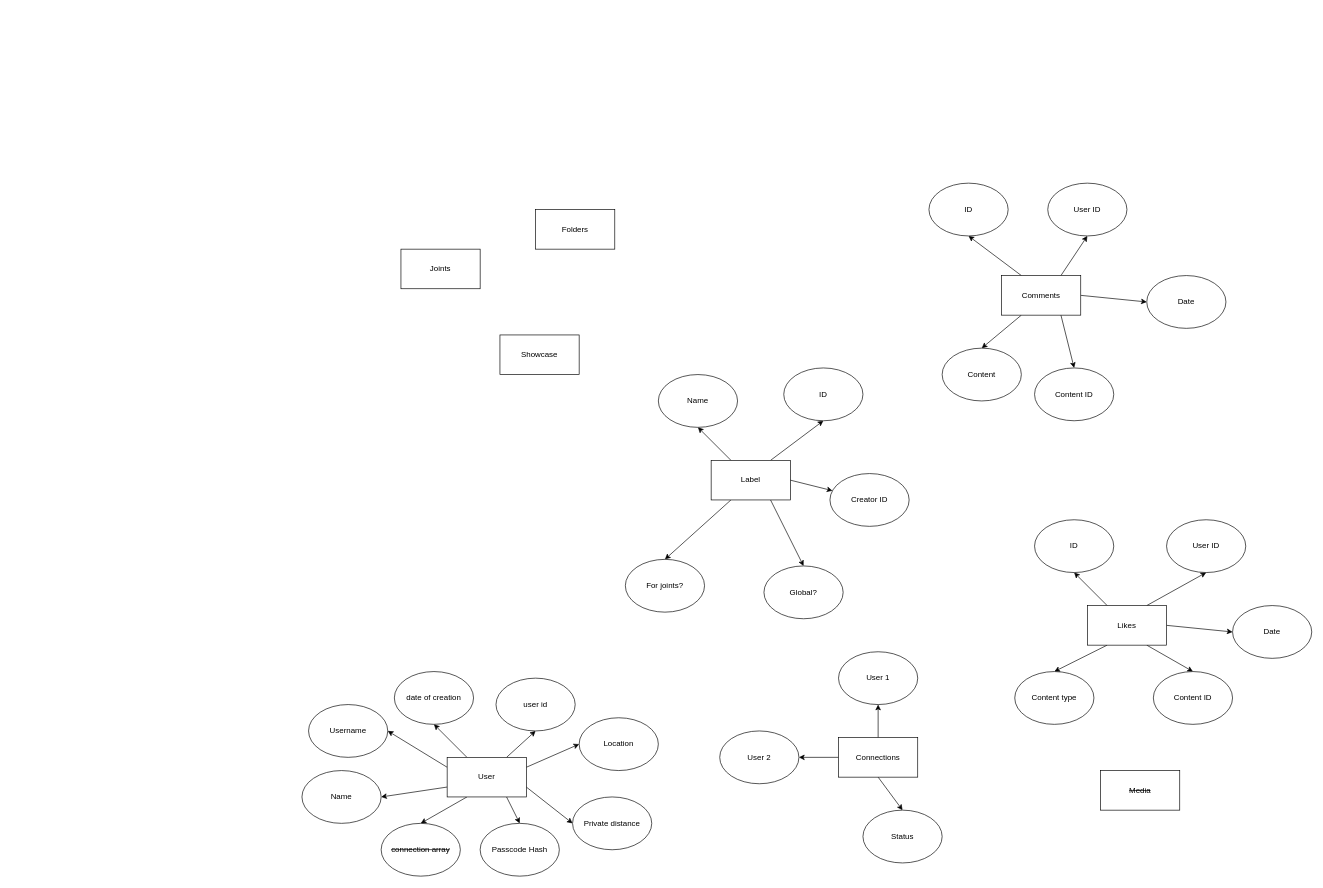
The draw.io diagram Untitled Diagram.drawio in bun781/unit-4-nhan, before the edit. Source tidied: cells renumbered, new cells numbered last; positions are measured from the earlier drawing's top-left corner, leaving out a move shared by most shapes. Both pictures are drawn from the tidied source at 66%, with x=0, y=0 at pixel (302, 183).
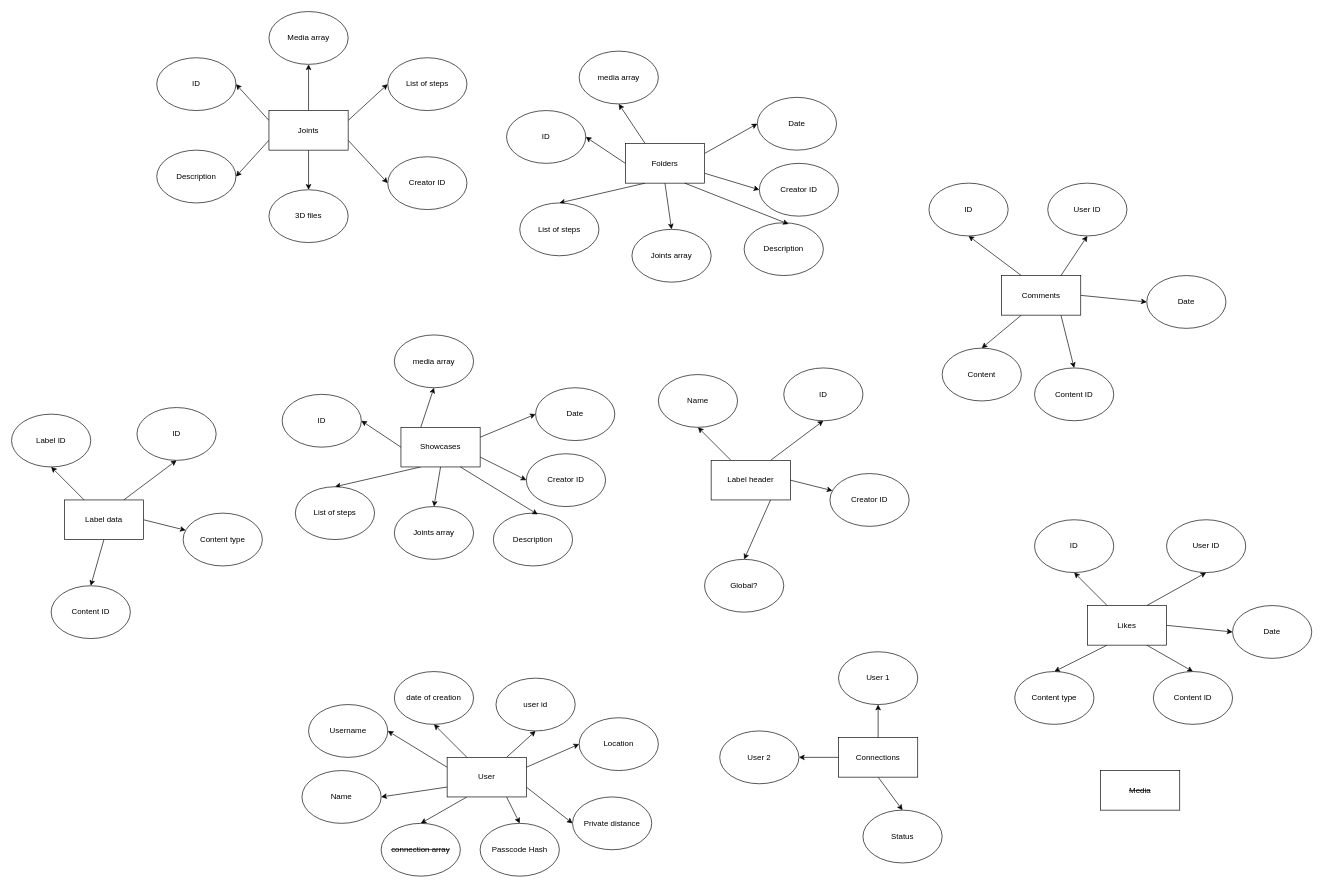
The same page after the edit.

Diff of the diagram source:
```diff
@@
+    <mxCell id="63" style="edgeStyle=none;shape=connector;rounded=0;jettySize=auto;html=1;exitX=0.5;exitY=1;exitDx=0;exitDy=0;strokeColor=default;align=center;verticalAlign=middle;fontFamily=Helvetica;fontSize=11;fontColor=default;labelBackgroundColor=default;endArrow=classic;" parent="1" edge="1" source="2" target="100">
+      <mxGeometry relative="1" as="geometry" />
+    </mxCell>
+    <mxCell id="64" style="edgeStyle=none;shape=connector;rounded=0;jettySize=auto;html=1;exitX=1;exitY=0.75;exitDx=0;exitDy=0;entryX=0;entryY=0.5;entryDx=0;entryDy=0;strokeColor=default;align=center;verticalAlign=middle;fontFamily=Helvetica;fontSize=11;fontColor=default;labelBackgroundColor=default;endArrow=classic;" parent="1" edge="1" source="2" target="101">
+      <mxGeometry relative="1" as="geometry" />
+    </mxCell>
+    <mxCell id="65" style="edgeStyle=none;shape=connector;rounded=0;jettySize=auto;html=1;exitX=1;exitY=0.25;exitDx=0;exitDy=0;entryX=0;entryY=0.5;entryDx=0;entryDy=0;strokeColor=default;align=center;verticalAlign=middle;fontFamily=Helvetica;fontSize=11;fontColor=default;labelBackgroundColor=default;endArrow=classic;" parent="1" edge="1" source="2" target="102">
+      <mxGeometry relative="1" as="geometry" />
+    </mxCell>
+    <mxCell id="66" style="edgeStyle=none;shape=connector;rounded=0;jettySize=auto;html=1;exitX=0;exitY=0.25;exitDx=0;exitDy=0;entryX=1;entryY=0.5;entryDx=0;entryDy=0;strokeColor=default;align=center;verticalAlign=middle;fontFamily=Helvetica;fontSize=11;fontColor=default;labelBackgroundColor=default;endArrow=classic;" parent="1" edge="1" source="2" target="115">
+      <mxGeometry relative="1" as="geometry" />
+    </mxCell>
+    <mxCell id="67" style="edgeStyle=none;shape=connector;rounded=0;jettySize=auto;html=1;exitX=0;exitY=0.75;exitDx=0;exitDy=0;entryX=1;entryY=0.5;entryDx=0;entryDy=0;strokeColor=default;align=center;verticalAlign=middle;fontFamily=Helvetica;fontSize=11;fontColor=default;labelBackgroundColor=default;endArrow=classic;" parent="1" edge="1" source="2" target="103">
+      <mxGeometry relative="1" as="geometry" />
+    </mxCell>
+    <mxCell id="68" style="edgeStyle=none;shape=connector;rounded=0;jettySize=auto;html=1;exitX=0.5;exitY=0;exitDx=0;exitDy=0;entryX=0.5;entryY=1;entryDx=0;entryDy=0;strokeColor=default;align=center;verticalAlign=middle;fontFamily=Helvetica;fontSize=11;fontColor=default;labelBackgroundColor=default;endArrow=classic;" parent="1" edge="1" source="2" target="114">
+      <mxGeometry relative="1" as="geometry" />
+    </mxCell>
     <mxCell id="2" value="&lt;div&gt;Joints&lt;/div&gt;" style="rounded=0;whiteSpace=wrap;html=1;" parent="1" vertex="1">
-      <mxGeometry x="150" y="100" width="120" height="60" as="geometry" />
+      <mxGeometry x="-50" y="-110" width="120" height="60" as="geometry" />
     </mxCell>
+    <mxCell id="69" style="edgeStyle=none;shape=connector;rounded=0;jettySize=auto;html=1;exitX=0.25;exitY=0;exitDx=0;exitDy=0;entryX=0.5;entryY=1;entryDx=0;entryDy=0;strokeColor=default;align=center;verticalAlign=middle;fontFamily=Helvetica;fontSize=11;fontColor=default;labelBackgroundColor=default;endArrow=classic;" parent="1" edge="1" source="3" target="77">
+      <mxGeometry relative="1" as="geometry" />
+    </mxCell>
+    <mxCell id="70" style="edgeStyle=none;shape=connector;rounded=0;jettySize=auto;html=1;exitX=0.25;exitY=1;exitDx=0;exitDy=0;entryX=0.5;entryY=0;entryDx=0;entryDy=0;strokeColor=default;align=center;verticalAlign=middle;fontFamily=Helvetica;fontSize=11;fontColor=default;labelBackgroundColor=default;endArrow=classic;" parent="1" edge="1" source="3" target="76">
+      <mxGeometry relative="1" as="geometry" />
+    </mxCell>
+    <mxCell id="71" style="edgeStyle=none;shape=connector;rounded=0;jettySize=auto;html=1;exitX=0;exitY=0.5;exitDx=0;exitDy=0;entryX=1;entryY=0.5;entryDx=0;entryDy=0;strokeColor=default;align=center;verticalAlign=middle;fontFamily=Helvetica;fontSize=11;fontColor=default;labelBackgroundColor=default;endArrow=classic;" parent="1" edge="1" source="3" target="79">
+      <mxGeometry relative="1" as="geometry" />
+    </mxCell>
+    <mxCell id="72" style="edgeStyle=none;shape=connector;rounded=0;jettySize=auto;html=1;exitX=1;exitY=0.75;exitDx=0;exitDy=0;entryX=0;entryY=0.5;entryDx=0;entryDy=0;strokeColor=default;align=center;verticalAlign=middle;fontFamily=Helvetica;fontSize=11;fontColor=default;labelBackgroundColor=default;endArrow=classic;" parent="1" edge="1" source="3" target="80">
+      <mxGeometry relative="1" as="geometry" />
+    </mxCell>
+    <mxCell id="73" style="edgeStyle=none;shape=connector;rounded=0;jettySize=auto;html=1;exitX=0.5;exitY=1;exitDx=0;exitDy=0;entryX=0.5;entryY=0;entryDx=0;entryDy=0;strokeColor=default;align=center;verticalAlign=middle;fontFamily=Helvetica;fontSize=11;fontColor=default;labelBackgroundColor=default;endArrow=classic;" parent="1" edge="1" source="3" target="81">
+      <mxGeometry relative="1" as="geometry" />
+    </mxCell>
+    <mxCell id="74" style="edgeStyle=none;shape=connector;rounded=0;jettySize=auto;html=1;exitX=1;exitY=0.25;exitDx=0;exitDy=0;entryX=0;entryY=0.5;entryDx=0;entryDy=0;strokeColor=default;align=center;verticalAlign=middle;fontFamily=Helvetica;fontSize=11;fontColor=default;labelBackgroundColor=default;endArrow=classic;" parent="1" edge="1" source="3" target="99">
+      <mxGeometry relative="1" as="geometry" />
+    </mxCell>
     <mxCell id="3" value="Folders" style="rounded=0;whiteSpace=wrap;html=1;" parent="1" vertex="1">
-      <mxGeometry x="354" y="40" width="120" height="60" as="geometry" />
+      <mxGeometry x="490" y="-60" width="120" height="60" as="geometry" />
     </mxCell>
@@
-    <mxCell id="6" style="edgeStyle=none;shape=connector;rounded=0;jettySize=auto;html=1;exitX=0.25;exitY=1;exitDx=0;exitDy=0;strokeColor=default;align=center;verticalAlign=middle;fontFamily=Helvetica;fontSize=11;fontColor=default;labelBackgroundColor=default;endArrow=classic;entryX=0.5;entryY=0;entryDx=0;entryDy=0;" parent="1" edge="1" source="9" target="50">
-      <mxGeometry relative="1" as="geometry" />
-    </mxCell>
@@
-    <mxCell id="9" value="Label" style="rounded=0;whiteSpace=wrap;html=1;" parent="1" vertex="1">
+    <mxCell id="9" value="Label header" style="rounded=0;whiteSpace=wrap;html=1;" parent="1" vertex="1">
       <mxGeometry x="620" y="420" width="120" height="60" as="geometry" />
     </mxCell>
@@
-    <mxCell id="24" value="Showcase" style="rounded=0;whiteSpace=wrap;html=1;" parent="1" vertex="1">
-      <mxGeometry x="300" y="230" width="120" height="60" as="geometry" />
-    </mxCell>
@@
     <mxCell id="49" value="Global?" style="ellipse;whiteSpace=wrap;html=1;" parent="1" vertex="1">
-      <mxGeometry x="700" y="580" width="120" height="80" as="geometry" />
+      <mxGeometry x="610" y="570" width="120" height="80" as="geometry" />
     </mxCell>
-    <mxCell id="50" value="For joints?" style="ellipse;whiteSpace=wrap;html=1;" parent="1" vertex="1">
-      <mxGeometry x="490" y="570" width="120" height="80" as="geometry" />
-    </mxCell>
@@
+    <mxCell id="75" value="Description" style="ellipse;whiteSpace=wrap;html=1;" parent="1" vertex="1">
+      <mxGeometry x="670" y="60" width="120" height="80" as="geometry" />
+    </mxCell>
+    <mxCell id="76" value="List of steps" style="ellipse;whiteSpace=wrap;html=1;" parent="1" vertex="1">
+      <mxGeometry x="330" y="30" width="120" height="80" as="geometry" />
+    </mxCell>
+    <mxCell id="77" value="media array" style="ellipse;whiteSpace=wrap;html=1;" parent="1" vertex="1">
+      <mxGeometry x="420" y="-200" width="120" height="80" as="geometry" />
+    </mxCell>
+    <mxCell id="78" style="edgeStyle=none;shape=connector;rounded=0;jettySize=auto;html=1;exitX=0.75;exitY=1;exitDx=0;exitDy=0;entryX=0.561;entryY=0.024;entryDx=0;entryDy=0;entryPerimeter=0;strokeColor=default;align=center;verticalAlign=middle;fontFamily=Helvetica;fontSize=11;fontColor=default;labelBackgroundColor=default;endArrow=classic;" parent="1" edge="1" source="3" target="75">
+      <mxGeometry relative="1" as="geometry" />
+    </mxCell>
+    <mxCell id="79" value="ID" style="ellipse;whiteSpace=wrap;html=1;" parent="1" vertex="1">
+      <mxGeometry x="310" y="-110" width="120" height="80" as="geometry" />
+    </mxCell>
+    <mxCell id="80" value="Creator ID" style="ellipse;whiteSpace=wrap;html=1;" parent="1" vertex="1">
+      <mxGeometry x="693" y="-30" width="120" height="80" as="geometry" />
+    </mxCell>
+    <mxCell id="81" value="Joints array" style="ellipse;whiteSpace=wrap;html=1;" parent="1" vertex="1">
+      <mxGeometry x="500" y="70" width="120" height="80" as="geometry" />
+    </mxCell>
+    <mxCell id="82" style="edgeStyle=none;shape=connector;rounded=0;orthogonalLoop=1;jettySize=auto;html=1;exitX=0.5;exitY=1;exitDx=0;exitDy=0;strokeColor=default;align=center;verticalAlign=middle;fontFamily=Helvetica;fontSize=11;fontColor=default;labelBackgroundColor=default;endArrow=classic;" parent="1" edge="1" source="76" target="76">
+      <mxGeometry relative="1" as="geometry" />
+    </mxCell>
+    <mxCell id="83" style="edgeStyle=none;shape=connector;rounded=0;jettySize=auto;html=1;exitX=0.25;exitY=0;exitDx=0;exitDy=0;entryX=0.5;entryY=1;entryDx=0;entryDy=0;strokeColor=default;align=center;verticalAlign=middle;fontFamily=Helvetica;fontSize=11;fontColor=default;labelBackgroundColor=default;endArrow=classic;" parent="1" edge="1" source="89" target="92">
+      <mxGeometry relative="1" as="geometry" />
+    </mxCell>
+    <mxCell id="84" style="edgeStyle=none;shape=connector;rounded=0;jettySize=auto;html=1;exitX=0.25;exitY=1;exitDx=0;exitDy=0;entryX=0.5;entryY=0;entryDx=0;entryDy=0;strokeColor=default;align=center;verticalAlign=middle;fontFamily=Helvetica;fontSize=11;fontColor=default;labelBackgroundColor=default;endArrow=classic;" parent="1" edge="1" source="89" target="91">
+      <mxGeometry relative="1" as="geometry" />
+    </mxCell>
+    <mxCell id="85" style="edgeStyle=none;shape=connector;rounded=0;jettySize=auto;html=1;exitX=0;exitY=0.5;exitDx=0;exitDy=0;entryX=1;entryY=0.5;entryDx=0;entryDy=0;strokeColor=default;align=center;verticalAlign=middle;fontFamily=Helvetica;fontSize=11;fontColor=default;labelBackgroundColor=default;endArrow=classic;" parent="1" edge="1" source="89" target="94">
+      <mxGeometry relative="1" as="geometry" />
+    </mxCell>
+    <mxCell id="86" style="edgeStyle=none;shape=connector;rounded=0;jettySize=auto;html=1;exitX=1;exitY=0.75;exitDx=0;exitDy=0;entryX=0;entryY=0.5;entryDx=0;entryDy=0;strokeColor=default;align=center;verticalAlign=middle;fontFamily=Helvetica;fontSize=11;fontColor=default;labelBackgroundColor=default;endArrow=classic;" parent="1" edge="1" source="89" target="95">
+      <mxGeometry relative="1" as="geometry" />
+    </mxCell>
+    <mxCell id="87" style="edgeStyle=none;shape=connector;rounded=0;jettySize=auto;html=1;exitX=0.5;exitY=1;exitDx=0;exitDy=0;entryX=0.5;entryY=0;entryDx=0;entryDy=0;strokeColor=default;align=center;verticalAlign=middle;fontFamily=Helvetica;fontSize=11;fontColor=default;labelBackgroundColor=default;endArrow=classic;" parent="1" edge="1" source="89" target="96">
+      <mxGeometry relative="1" as="geometry" />
+    </mxCell>
+    <mxCell id="88" style="edgeStyle=none;shape=connector;rounded=0;jettySize=auto;html=1;exitX=1;exitY=0.25;exitDx=0;exitDy=0;entryX=0;entryY=0.5;entryDx=0;entryDy=0;strokeColor=default;align=center;verticalAlign=middle;fontFamily=Helvetica;fontSize=11;fontColor=default;labelBackgroundColor=default;endArrow=classic;" parent="1" edge="1" source="89" target="98">
+      <mxGeometry relative="1" as="geometry" />
+    </mxCell>
+    <mxCell id="89" value="Showcases" style="rounded=0;whiteSpace=wrap;html=1;" parent="1" vertex="1">
+      <mxGeometry x="150" y="370" width="120" height="60" as="geometry" />
+    </mxCell>
+    <mxCell id="90" value="Description" style="ellipse;whiteSpace=wrap;html=1;" parent="1" vertex="1">
+      <mxGeometry x="290" y="500" width="120" height="80" as="geometry" />
+    </mxCell>
+    <mxCell id="91" value="List of steps" style="ellipse;whiteSpace=wrap;html=1;" parent="1" vertex="1">
+      <mxGeometry x="-10" y="460" width="120" height="80" as="geometry" />
+    </mxCell>
+    <mxCell id="92" value="media array" style="ellipse;whiteSpace=wrap;html=1;" parent="1" vertex="1">
+      <mxGeometry x="140" y="230" width="120" height="80" as="geometry" />
+    </mxCell>
+    <mxCell id="93" style="edgeStyle=none;shape=connector;rounded=0;jettySize=auto;html=1;exitX=0.75;exitY=1;exitDx=0;exitDy=0;entryX=0.561;entryY=0.024;entryDx=0;entryDy=0;entryPerimeter=0;strokeColor=default;align=center;verticalAlign=middle;fontFamily=Helvetica;fontSize=11;fontColor=default;labelBackgroundColor=default;endArrow=classic;" parent="1" edge="1" source="89" target="90">
+      <mxGeometry relative="1" as="geometry" />
+    </mxCell>
+    <mxCell id="94" value="ID" style="ellipse;whiteSpace=wrap;html=1;" parent="1" vertex="1">
+      <mxGeometry x="-30" y="320" width="120" height="80" as="geometry" />
+    </mxCell>
+    <mxCell id="95" value="Creator ID" style="ellipse;whiteSpace=wrap;html=1;" parent="1" vertex="1">
+      <mxGeometry x="340" y="410" width="120" height="80" as="geometry" />
+    </mxCell>
+    <mxCell id="96" value="Joints array" style="ellipse;whiteSpace=wrap;html=1;" parent="1" vertex="1">
+      <mxGeometry x="140" y="490" width="120" height="80" as="geometry" />
+    </mxCell>
+    <mxCell id="97" style="edgeStyle=none;shape=connector;rounded=0;orthogonalLoop=1;jettySize=auto;html=1;exitX=0.5;exitY=1;exitDx=0;exitDy=0;strokeColor=default;align=center;verticalAlign=middle;fontFamily=Helvetica;fontSize=11;fontColor=default;labelBackgroundColor=default;endArrow=classic;" parent="1" edge="1" source="91" target="91">
+      <mxGeometry relative="1" as="geometry" />
+    </mxCell>
+    <mxCell id="98" value="Date" style="ellipse;whiteSpace=wrap;html=1;" parent="1" vertex="1">
+      <mxGeometry x="354" y="310" width="120" height="80" as="geometry" />
+    </mxCell>
+    <mxCell id="99" value="Date" style="ellipse;whiteSpace=wrap;html=1;" parent="1" vertex="1">
+      <mxGeometry x="690" y="-130" width="120" height="80" as="geometry" />
+    </mxCell>
+    <mxCell id="100" value="3D files" style="ellipse;whiteSpace=wrap;html=1;" parent="1" vertex="1">
+      <mxGeometry x="-50" y="10" width="120" height="80" as="geometry" />
+    </mxCell>
+    <mxCell id="101" value="Creator ID" style="ellipse;whiteSpace=wrap;html=1;" parent="1" vertex="1">
+      <mxGeometry x="130" y="-40" width="120" height="80" as="geometry" />
+    </mxCell>
+    <mxCell id="102" value="List of steps" style="ellipse;whiteSpace=wrap;html=1;" parent="1" vertex="1">
+      <mxGeometry x="130" y="-190" width="120" height="80" as="geometry" />
+    </mxCell>
+    <mxCell id="103" value="Description" style="ellipse;whiteSpace=wrap;html=1;" parent="1" vertex="1">
+      <mxGeometry x="-220" y="-50" width="120" height="80" as="geometry" />
+    </mxCell>
+    <mxCell id="104" style="edgeStyle=none;shape=connector;rounded=0;jettySize=auto;html=1;exitX=0.25;exitY=0;exitDx=0;exitDy=0;entryX=0.5;entryY=1;entryDx=0;entryDy=0;strokeColor=default;align=center;verticalAlign=middle;fontFamily=Helvetica;fontSize=11;fontColor=default;labelBackgroundColor=default;endArrow=classic;" parent="1" edge="1" source="108" target="111">
+      <mxGeometry relative="1" as="geometry" />
+    </mxCell>
+    <mxCell id="105" style="edgeStyle=none;shape=connector;rounded=0;jettySize=auto;html=1;exitX=0.75;exitY=0;exitDx=0;exitDy=0;entryX=0.5;entryY=1;entryDx=0;entryDy=0;strokeColor=default;align=center;verticalAlign=middle;fontFamily=Helvetica;fontSize=11;fontColor=default;labelBackgroundColor=default;endArrow=classic;" parent="1" edge="1" source="108" target="109">
+      <mxGeometry relative="1" as="geometry" />
+    </mxCell>
+    <mxCell id="106" style="edgeStyle=none;shape=connector;rounded=0;jettySize=auto;html=1;exitX=0.5;exitY=1;exitDx=0;exitDy=0;entryX=0.5;entryY=0;entryDx=0;entryDy=0;strokeColor=default;align=center;verticalAlign=middle;fontFamily=Helvetica;fontSize=11;fontColor=default;labelBackgroundColor=default;endArrow=classic;" parent="1" edge="1" source="108" target="110">
+      <mxGeometry relative="1" as="geometry" />
+    </mxCell>
+    <mxCell id="107" style="edgeStyle=none;shape=connector;rounded=0;jettySize=auto;html=1;exitX=1;exitY=0.5;exitDx=0;exitDy=0;strokeColor=default;align=center;verticalAlign=middle;fontFamily=Helvetica;fontSize=11;fontColor=default;labelBackgroundColor=default;endArrow=classic;" parent="1" edge="1" source="108" target="112">
+      <mxGeometry relative="1" as="geometry" />
+    </mxCell>
+    <mxCell id="108" value="Label data" style="rounded=0;whiteSpace=wrap;html=1;" parent="1" vertex="1">
+      <mxGeometry x="-360" y="480" width="120" height="60" as="geometry" />
+    </mxCell>
+    <mxCell id="109" value="ID" style="ellipse;whiteSpace=wrap;html=1;" parent="1" vertex="1">
+      <mxGeometry x="-250" y="340" width="120" height="80" as="geometry" />
+    </mxCell>
+    <mxCell id="110" value="Content ID" style="ellipse;whiteSpace=wrap;html=1;" parent="1" vertex="1">
+      <mxGeometry x="-380" y="610" width="120" height="80" as="geometry" />
+    </mxCell>
+    <mxCell id="111" value="Label ID" style="ellipse;whiteSpace=wrap;html=1;" parent="1" vertex="1">
+      <mxGeometry x="-440" y="350" width="120" height="80" as="geometry" />
+    </mxCell>
+    <mxCell id="112" value="Content type" style="ellipse;whiteSpace=wrap;html=1;" parent="1" vertex="1">
+      <mxGeometry x="-180" y="500" width="120" height="80" as="geometry" />
+    </mxCell>
+    <mxCell id="113" style="edgeStyle=none;shape=connector;rounded=0;orthogonalLoop=1;jettySize=auto;html=1;exitX=0.5;exitY=1;exitDx=0;exitDy=0;strokeColor=default;align=center;verticalAlign=middle;fontFamily=Helvetica;fontSize=11;fontColor=default;labelBackgroundColor=default;endArrow=classic;" parent="1" edge="1" source="2" target="2">
+      <mxGeometry relative="1" as="geometry" />
+    </mxCell>
+    <mxCell id="114" value="Media array" style="ellipse;whiteSpace=wrap;html=1;" parent="1" vertex="1">
+      <mxGeometry x="-50" y="-260" width="120" height="80" as="geometry" />
+    </mxCell>
+    <mxCell id="115" value="ID" style="ellipse;whiteSpace=wrap;html=1;" parent="1" vertex="1">
+      <mxGeometry x="-220" y="-190" width="120" height="80" as="geometry" />
+    </mxCell>
```
